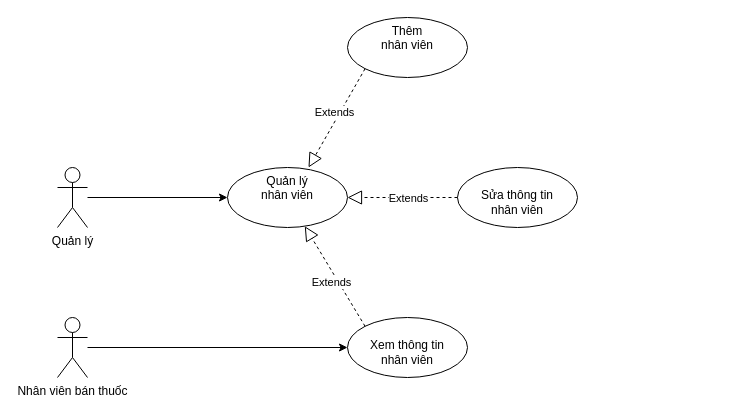
Earlier version of the draw.io diagram diagram/staff.drawio (dungph/KMA_CTKH11). Source tidied: cells renumbered, new cells numbered last; positions are measured from the earlier drawing's top-left corner, leaving out a move shared by most shapes. Both pictures are drawn from the tidied source at 100%, with x=0, y=0 at pixel (57, 17).
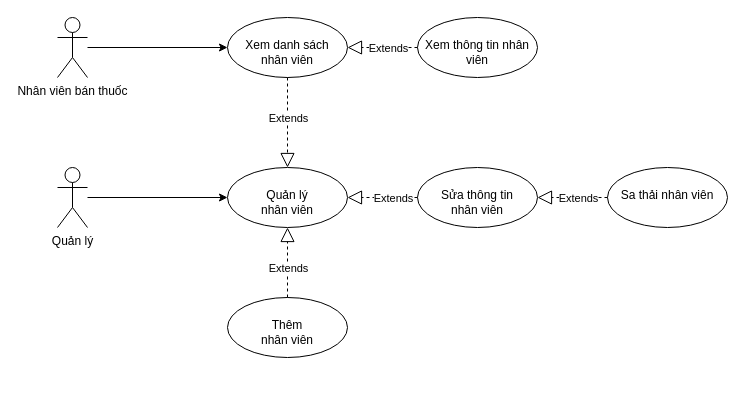
The same page after the edit.

Diff of the diagram source:
```diff
@@
-    <mxCell id="4" value="Quản lý&lt;br&gt;nhân viên" style="ellipse;whiteSpace=wrap;html=1;verticalAlign=top;" parent="1" vertex="1">
+    <mxCell id="4" value="&lt;br&gt;Quản lý&lt;br&gt;nhân viên" style="ellipse;whiteSpace=wrap;html=1;verticalAlign=top;" parent="1" vertex="1">
       <mxGeometry x="170" y="150" width="120" height="60" as="geometry" />
     </mxCell>
-    <mxCell id="5" value="Thêm&lt;br&gt;nhân viên" style="ellipse;whiteSpace=wrap;html=1;verticalAlign=top;" parent="1" vertex="1">
-      <mxGeometry x="290" width="120" height="60" as="geometry" />
+    <mxCell id="5" value="&lt;br&gt;Thêm&lt;br&gt;nhân viên" style="ellipse;whiteSpace=wrap;html=1;verticalAlign=top;" parent="1" vertex="1">
+      <mxGeometry x="170" y="280" width="120" height="60" as="geometry" />
     </mxCell>
     <mxCell id="6" value="&lt;br&gt;Sửa thông tin&lt;br&gt;nhân viên" style="ellipse;whiteSpace=wrap;html=1;verticalAlign=top;" parent="1" vertex="1">
-      <mxGeometry x="400" y="150" width="120" height="60" as="geometry" />
+      <mxGeometry x="360" y="150" width="120" height="60" as="geometry" />
     </mxCell>
-    <mxCell id="7" value="&lt;br&gt;Xem thông tin&lt;br&gt;nhân viên" style="ellipse;whiteSpace=wrap;html=1;verticalAlign=top;" parent="1" vertex="1">
-      <mxGeometry x="290" y="300" width="120" height="60" as="geometry" />
+    <mxCell id="7" value="&lt;br&gt;Xem danh sách&lt;br&gt;nhân viên" style="ellipse;whiteSpace=wrap;html=1;verticalAlign=top;" parent="1" vertex="1">
+      <mxGeometry x="170" width="120" height="60" as="geometry" />
     </mxCell>
@@
     <mxCell id="9" value="Nhân viên bán thuốc" style="shape=umlActor;verticalLabelPosition=bottom;verticalAlign=top;html=1;outlineConnect=0;" parent="1" vertex="1">
-      <mxGeometry y="300" width="30" height="60" as="geometry" />
+      <mxGeometry width="30" height="60" as="geometry" />
     </mxCell>
-    <mxCell id="10" style="endArrow=block;dashed=1;endFill=0;endSize=12;html=1;rounded=0;exitX=0;exitY=1;exitDx=0;exitDy=0;entryX=0.675;entryY=0;entryDx=0;entryDy=0;entryPerimeter=0;" parent="1" edge="1" source="5" target="4">
+    <mxCell id="10" style="endArrow=block;dashed=1;endFill=0;endSize=12;html=1;rounded=0;exitX=0.5;exitY=0;exitDx=0;exitDy=0;entryX=0.5;entryY=1;entryDx=0;entryDy=0;" parent="1" edge="1" source="5" target="4">
       <mxGeometry relative="1" as="geometry" />
     </mxCell>
     <mxCell id="11" value="Extends" style="edgeLabel;html=1;align=center;verticalAlign=middle;" parent="10" vertex="1">
       <mxGeometry x="0.28" relative="1" as="geometry">
-        <mxPoint x="5" y="-20" as="offset" />
+        <mxPoint y="15" as="offset" />
       </mxGeometry>
     </mxCell>
@@
-    <mxCell id="14" style="endArrow=block;dashed=1;endFill=0;endSize=12;html=1;rounded=0;exitX=0;exitY=0;exitDx=0;exitDy=0;" parent="1" edge="1" source="7" target="4">
+    <mxCell id="14" style="endArrow=block;dashed=1;endFill=0;endSize=12;html=1;rounded=0;exitX=0.5;exitY=1;exitDx=0;exitDy=0;entryX=0.5;entryY=0;entryDx=0;entryDy=0;" parent="1" edge="1" source="7" target="4">
       <mxGeometry relative="1" as="geometry" />
     </mxCell>
     <mxCell id="15" value="Extends" style="edgeLabel;html=1;align=center;verticalAlign=middle;" parent="14" vertex="1">
       <mxGeometry x="0.28" relative="1" as="geometry">
-        <mxPoint x="5" y="20" as="offset" />
+        <mxPoint y="-18" as="offset" />
       </mxGeometry>
     </mxCell>
+    <mxCell id="16" value="&lt;br&gt;Sa thải nhân viên" style="ellipse;whiteSpace=wrap;html=1;verticalAlign=top;" parent="1" vertex="1">
+      <mxGeometry x="550" y="150" width="120" height="60" as="geometry" />
+    </mxCell>
+    <mxCell id="17" style="endArrow=block;dashed=1;endFill=0;endSize=12;html=1;rounded=0;exitX=0;exitY=0.5;exitDx=0;exitDy=0;entryX=1;entryY=0.5;entryDx=0;entryDy=0;" parent="1" edge="1" source="16" target="6">
+      <mxGeometry relative="1" as="geometry" />
+    </mxCell>
+    <mxCell id="18" value="Extends" style="edgeLabel;html=1;align=center;verticalAlign=middle;" parent="17" vertex="1">
+      <mxGeometry x="0.28" relative="1" as="geometry">
+        <mxPoint x="15" as="offset" />
+      </mxGeometry>
+    </mxCell>
+    <mxCell id="19" value="&lt;br&gt;Xem thông tin nhân viên" style="ellipse;whiteSpace=wrap;html=1;verticalAlign=top;" parent="1" vertex="1">
+      <mxGeometry x="360" width="120" height="60" as="geometry" />
+    </mxCell>
+    <mxCell id="20" style="endArrow=block;dashed=1;endFill=0;endSize=12;html=1;rounded=0;exitX=0;exitY=0.5;exitDx=0;exitDy=0;entryX=1;entryY=0.5;entryDx=0;entryDy=0;" parent="1" edge="1" source="19" target="7">
+      <mxGeometry relative="1" as="geometry" />
+    </mxCell>
+    <mxCell id="21" value="Extends" style="edgeLabel;html=1;align=center;verticalAlign=middle;" parent="20" vertex="1">
+      <mxGeometry x="0.28" relative="1" as="geometry">
+        <mxPoint x="15" as="offset" />
+      </mxGeometry>
+    </mxCell>
```
